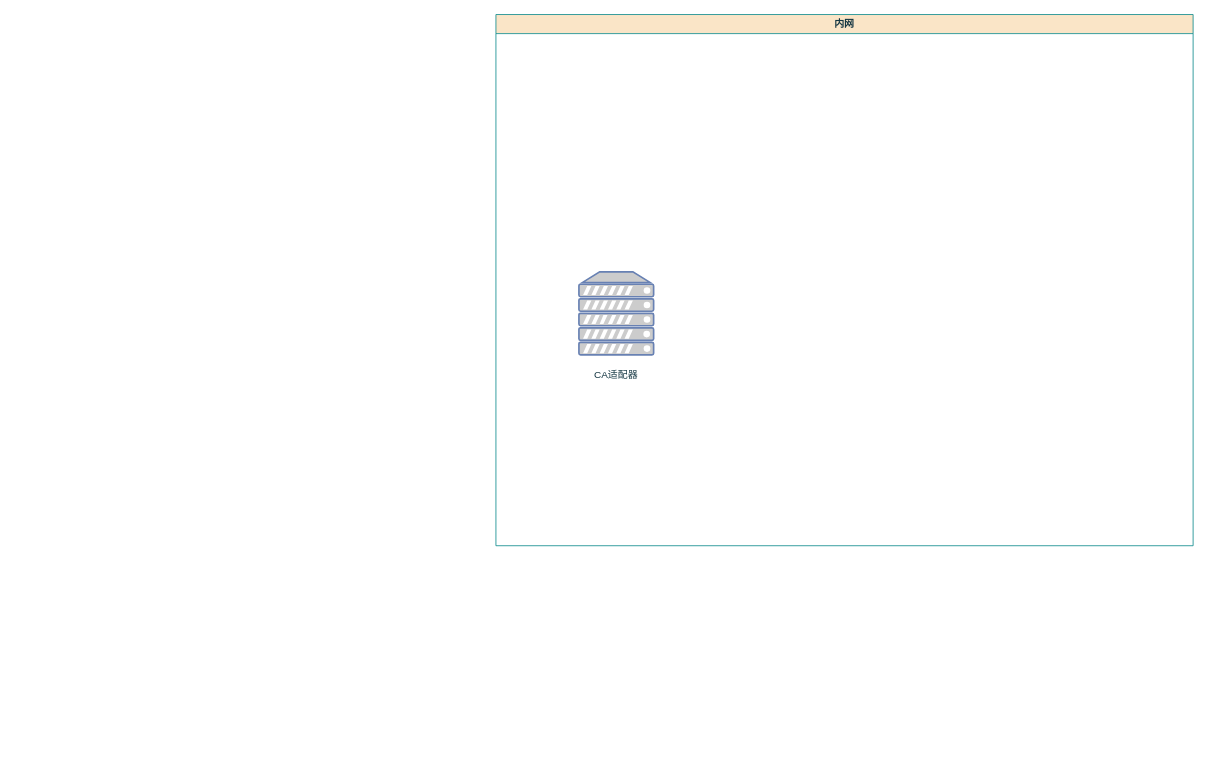
Above: 未命名绘图.drawio in ljhaust/ssmstudy (draw.io), before the change. Source tidied: cells renumbered, new cells numbered last; positions are measured from the earlier drawing's top-left corner, leaving out a move shared by most shapes. Both pictures are drawn from the tidied source at 83%, with x=0, y=0 at pixel (496, 14).
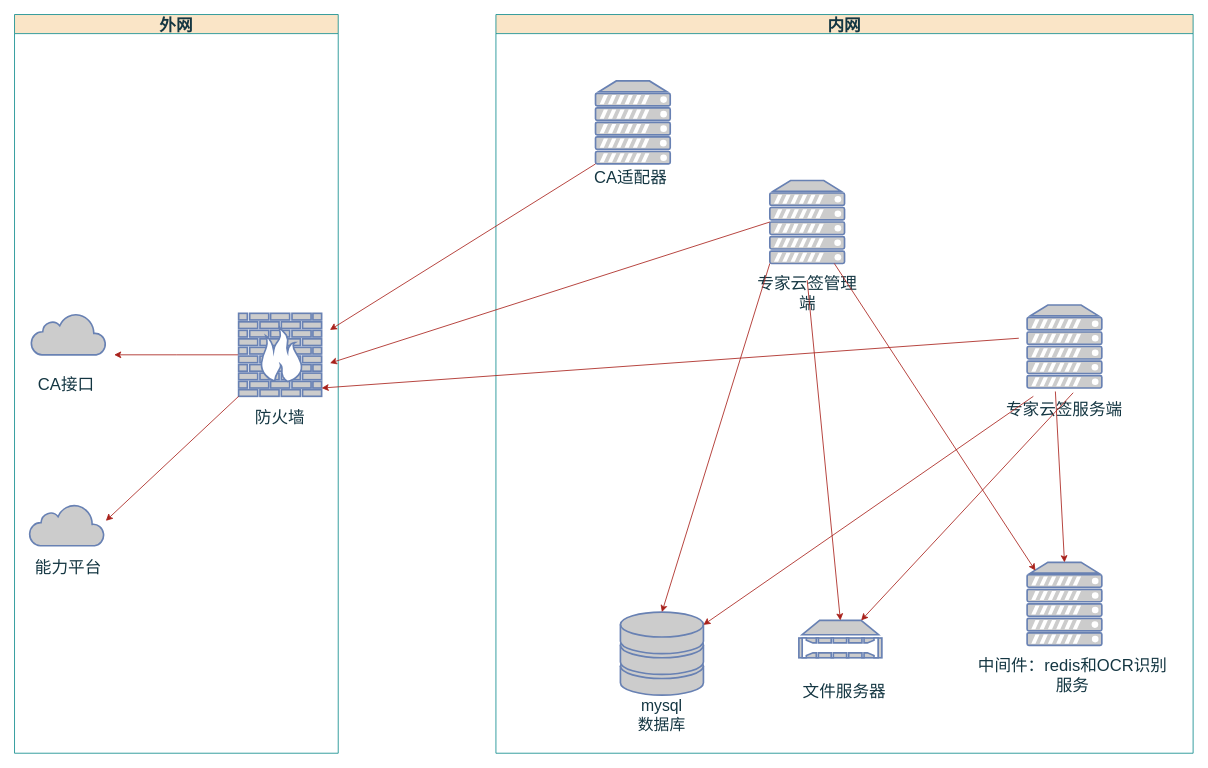
The same diagram, later.

Commit message:
云签-网络拓扑图.drawio

What changed in the source:
```diff
@@
-    <mxCell id="2" value="内网" style="swimlane;whiteSpace=wrap;html=1;strokeColor=#0F8B8D;fontColor=#143642;fillColor=#FAE5C7;" parent="1" vertex="1">
-      <mxGeometry width="840" height="640" as="geometry" />
+    <mxCell id="2" value="内网" style="swimlane;whiteSpace=wrap;html=1;strokeColor=#0F8B8D;fontColor=#143642;fillColor=#FAE5C7;startSize=23;fontSize=20;" parent="1" vertex="1">
+      <mxGeometry width="840" height="890" as="geometry" />
     </mxCell>
     <mxCell id="3" style="fontColor=#0066CC;verticalAlign=top;verticalLabelPosition=bottom;labelPosition=center;align=center;html=1;outlineConnect=0;fillColor=#CCCCCC;strokeColor=#6881B3;gradientColor=none;gradientDirection=north;strokeWidth=2;shape=mxgraph.networks.server;" parent="2" vertex="1">
-      <mxGeometry x="100" y="310" width="90" height="100" as="geometry" />
+      <mxGeometry x="120" y="80" width="90" height="100" as="geometry" />
     </mxCell>
-    <mxCell id="4" value="CA适配器" style="text;html=1;align=center;verticalAlign=middle;whiteSpace=wrap;rounded=0;fontColor=#143642;" parent="2" vertex="1">
-      <mxGeometry x="115" y="420" width="60" height="30" as="geometry" />
+    <mxCell id="4" value="CA适配器" style="text;html=1;align=center;verticalAlign=middle;whiteSpace=wrap;rounded=0;fontColor=#143642;fontSize=20;" parent="2" vertex="1">
+      <mxGeometry x="115" y="180" width="95" height="30" as="geometry" />
     </mxCell>
+    <mxCell id="5" style="fontColor=#0066CC;verticalAlign=top;verticalLabelPosition=bottom;labelPosition=center;align=center;html=1;outlineConnect=0;fillColor=#CCCCCC;strokeColor=#6881B3;gradientColor=none;gradientDirection=north;strokeWidth=2;shape=mxgraph.networks.server;" parent="2" vertex="1">
+      <mxGeometry x="330" y="200" width="90" height="100" as="geometry" />
+    </mxCell>
+    <mxCell id="6" style="fontColor=#0066CC;verticalAlign=top;verticalLabelPosition=bottom;labelPosition=center;align=center;html=1;fillColor=#CCCCCC;strokeColor=#6881B3;gradientColor=none;gradientDirection=north;strokeWidth=2;shape=mxgraph.networks.server;" parent="2" vertex="1">
+      <mxGeometry x="640" y="350" width="90" height="100" as="geometry" />
+    </mxCell>
+    <mxCell id="7" style="fontColor=#0066CC;verticalAlign=top;verticalLabelPosition=bottom;labelPosition=center;align=center;html=1;outlineConnect=0;fillColor=#CCCCCC;strokeColor=#6881B3;gradientColor=none;gradientDirection=north;strokeWidth=2;shape=mxgraph.networks.storage;" parent="2" vertex="1">
+      <mxGeometry x="150" y="720" width="100" height="100" as="geometry" />
+    </mxCell>
+    <mxCell id="8" value="mysql数据库" style="text;html=1;align=center;verticalAlign=middle;whiteSpace=wrap;rounded=0;fontColor=#143642;fontSize=19;" parent="2" vertex="1">
+      <mxGeometry x="170" y="830" width="60" height="30" as="geometry" />
+    </mxCell>
+    <mxCell id="9" value="专家云签管理端" style="text;html=1;align=center;verticalAlign=middle;whiteSpace=wrap;rounded=0;fontColor=#143642;fontSize=20;" parent="2" vertex="1">
+      <mxGeometry x="312.5" y="320" width="125" height="30" as="geometry" />
+    </mxCell>
+    <mxCell id="10" value="专家云签服务端" style="text;html=1;align=center;verticalAlign=middle;whiteSpace=wrap;rounded=0;fontColor=#143642;fontSize=20;" parent="2" vertex="1">
+      <mxGeometry x="610" y="460" width="150" height="30" as="geometry" />
+    </mxCell>
+    <mxCell id="11" style="fontColor=#0066CC;verticalAlign=top;verticalLabelPosition=bottom;labelPosition=center;align=center;html=1;outlineConnect=0;fillColor=#CCCCCC;strokeColor=#6881B3;gradientColor=none;gradientDirection=north;strokeWidth=2;shape=mxgraph.networks.nas_filer;" parent="2" vertex="1">
+      <mxGeometry x="365" y="730" width="100" height="45" as="geometry" />
+    </mxCell>
+    <mxCell id="12" value="文件服务器" style="text;html=1;align=center;verticalAlign=middle;whiteSpace=wrap;rounded=0;fontColor=#143642;fontSize=20;" parent="2" vertex="1">
+      <mxGeometry x="355" y="800" width="130" height="30" as="geometry" />
+    </mxCell>
+    <mxCell id="13" style="endArrow=classic;html=1;rounded=0;strokeColor=#A8201A;fontColor=#143642;fillColor=#FAE5C7;exitX=0;exitY=1;exitDx=0;exitDy=0;exitPerimeter=0;entryX=0.5;entryY=0;entryDx=0;entryDy=0;entryPerimeter=0;" parent="2" edge="1" source="5" target="7">
+      <mxGeometry relative="1" as="geometry" />
+    </mxCell>
+    <mxCell id="14" style="edgeStyle=none;jettySize=auto;html=1;rounded=0;strokeColor=#A8201A;fontColor=#143642;fillColor=#FAE5C7;exitX=0.25;exitY=0;exitDx=0;exitDy=0;" parent="2" edge="1" source="10" target="7">
+      <mxGeometry relative="1" as="geometry" />
+    </mxCell>
+    <mxCell id="15" style="edgeStyle=none;jettySize=auto;html=1;rounded=0;strokeColor=#A8201A;fontColor=#143642;fillColor=#FAE5C7;entryX=0.5;entryY=0;entryDx=0;entryDy=0;entryPerimeter=0;exitX=0.5;exitY=0;exitDx=0;exitDy=0;" parent="2" edge="1" source="9" target="11">
+      <mxGeometry relative="1" as="geometry" />
+    </mxCell>
+    <mxCell id="16" style="edgeStyle=none;jettySize=auto;html=1;rounded=0;strokeColor=#A8201A;fontColor=#143642;fillColor=#FAE5C7;entryX=0.75;entryY=0;entryDx=0;entryDy=0;entryPerimeter=0;exitX=0.57;exitY=-0.144;exitDx=0;exitDy=0;exitPerimeter=0;" parent="2" edge="1" source="10" target="11">
+      <mxGeometry relative="1" as="geometry" />
+    </mxCell>
+    <mxCell id="17" style="fontColor=#0066CC;verticalAlign=top;verticalLabelPosition=bottom;labelPosition=center;align=center;html=1;outlineConnect=0;fillColor=#CCCCCC;strokeColor=#6881B3;gradientColor=none;gradientDirection=north;strokeWidth=2;shape=mxgraph.networks.server;" parent="2" vertex="1">
+      <mxGeometry x="640" y="660" width="90" height="100" as="geometry" />
+    </mxCell>
+    <mxCell id="18" value="中间件：redis和OCR识别服务" style="text;html=1;align=center;verticalAlign=middle;whiteSpace=wrap;rounded=0;fontColor=#143642;fontSize=20;" parent="2" vertex="1">
+      <mxGeometry x="580" y="780" width="230" height="30" as="geometry" />
+    </mxCell>
+    <mxCell id="19" style="edgeStyle=none;jettySize=auto;html=1;rounded=0;strokeColor=#A8201A;fontColor=#143642;fillColor=#FAE5C7;entryX=0.111;entryY=0.1;entryDx=0;entryDy=0;entryPerimeter=0;" parent="2" edge="1" source="5" target="17">
+      <mxGeometry relative="1" as="geometry" />
+    </mxCell>
+    <mxCell id="20" style="edgeStyle=none;jettySize=auto;html=1;rounded=0;strokeColor=#A8201A;fontColor=#143642;fillColor=#FAE5C7;entryX=0.5;entryY=0;entryDx=0;entryDy=0;entryPerimeter=0;exitX=0.427;exitY=-0.195;exitDx=0;exitDy=0;exitPerimeter=0;" parent="2" edge="1" source="10" target="17">
+      <mxGeometry relative="1" as="geometry" />
+    </mxCell>
+    <mxCell id="21" value="&lt;font style=&quot;font-size: 20px;&quot;&gt;外网&lt;/font&gt;" style="swimlane;whiteSpace=wrap;html=1;strokeColor=#0F8B8D;fontColor=#143642;fillColor=#FAE5C7;" parent="1" vertex="1">
+      <mxGeometry x="-580" width="390" height="890" as="geometry" />
+    </mxCell>
+    <mxCell id="22" style="edgeStyle=orthogonalEdgeStyle;rounded=0;jettySize=auto;html=1;strokeColor=#A8201A;fontColor=#143642;fillColor=#FAE5C7;" parent="21" edge="1" source="23">
+      <mxGeometry relative="1" as="geometry">
+        <mxPoint x="120" y="410" as="targetPoint" />
+      </mxGeometry>
+    </mxCell>
+    <mxCell id="23" style="fontColor=#0066CC;verticalAlign=top;verticalLabelPosition=bottom;labelPosition=center;align=center;html=1;outlineConnect=0;fillColor=#CCCCCC;strokeColor=#6881B3;gradientColor=none;gradientDirection=north;strokeWidth=2;shape=mxgraph.networks.firewall;" parent="21" vertex="1">
+      <mxGeometry x="270" y="360" width="100" height="100" as="geometry" />
+    </mxCell>
+    <mxCell id="24" style="html=1;fillColor=#CCCCCC;strokeColor=#6881B3;gradientColor=none;gradientDirection=north;strokeWidth=2;shape=mxgraph.networks.cloud;fontColor=#ffffff;" parent="21" vertex="1">
+      <mxGeometry x="20" y="360" width="90" height="50" as="geometry" />
+    </mxCell>
+    <mxCell id="25" value="CA接口" style="text;html=1;align=center;verticalAlign=middle;whiteSpace=wrap;rounded=0;fontColor=#143642;fontSize=20;" parent="21" vertex="1">
+      <mxGeometry x="15" y="430" width="95" height="30" as="geometry" />
+    </mxCell>
+    <mxCell id="26" value="防火墙" style="text;html=1;align=center;verticalAlign=middle;whiteSpace=wrap;rounded=0;fontColor=#143642;fontSize=20;" parent="21" vertex="1">
+      <mxGeometry x="280" y="470" width="80" height="30" as="geometry" />
+    </mxCell>
+    <mxCell id="27" style="html=1;fillColor=#CCCCCC;strokeColor=#6881B3;gradientColor=none;gradientDirection=north;strokeWidth=2;shape=mxgraph.networks.cloud;fontColor=#ffffff;" parent="21" vertex="1">
+      <mxGeometry x="18" y="590" width="90" height="50" as="geometry" />
+    </mxCell>
+    <mxCell id="28" value="能力平台" style="text;html=1;align=center;verticalAlign=middle;whiteSpace=wrap;rounded=0;fontColor=#143642;fontSize=20;" parent="21" vertex="1">
+      <mxGeometry x="20" y="650" width="90" height="30" as="geometry" />
+    </mxCell>
+    <mxCell id="29" style="edgeStyle=none;jettySize=auto;html=1;rounded=0;strokeColor=#A8201A;fontColor=#143642;fillColor=#FAE5C7;exitX=0;exitY=1;exitDx=0;exitDy=0;exitPerimeter=0;" parent="1" edge="1" source="23">
+      <mxGeometry relative="1" as="geometry">
+        <mxPoint x="-470" y="610" as="targetPoint" />
+      </mxGeometry>
+    </mxCell>
+    <mxCell id="30" style="edgeStyle=none;jettySize=auto;html=1;rounded=0;strokeColor=#A8201A;fontColor=#143642;fillColor=#FAE5C7;exitX=0;exitY=1;exitDx=0;exitDy=0;exitPerimeter=0;" parent="1" edge="1" source="3">
+      <mxGeometry relative="1" as="geometry">
+        <mxPoint x="-200" y="380" as="targetPoint" />
+      </mxGeometry>
+    </mxCell>
+    <mxCell id="31" style="edgeStyle=none;jettySize=auto;html=1;rounded=0;strokeColor=#A8201A;fontColor=#143642;fillColor=#FAE5C7;exitX=0;exitY=0.5;exitDx=0;exitDy=0;exitPerimeter=0;" parent="1" edge="1" source="5">
+      <mxGeometry relative="1" as="geometry">
+        <mxPoint x="-200" y="420" as="targetPoint" />
+      </mxGeometry>
+    </mxCell>
+    <mxCell id="32" style="edgeStyle=none;jettySize=auto;html=1;rounded=0;strokeColor=#A8201A;fontColor=#143642;fillColor=#FAE5C7;entryX=1;entryY=0.9;entryDx=0;entryDy=0;entryPerimeter=0;" parent="1" edge="1" target="23">
+      <mxGeometry relative="1" as="geometry">
+        <mxPoint x="630" y="390" as="sourcePoint" />
+      </mxGeometry>
+    </mxCell>
```
